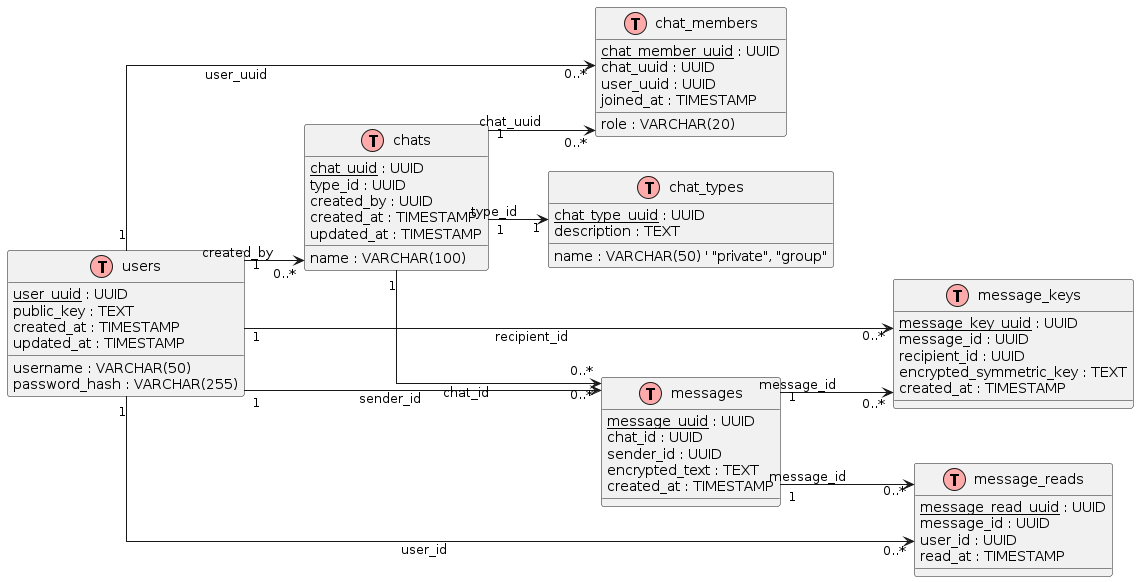
This is docs/db.png from sbilibin2017/bil-message, a PlantUML export, as it was before one commit.
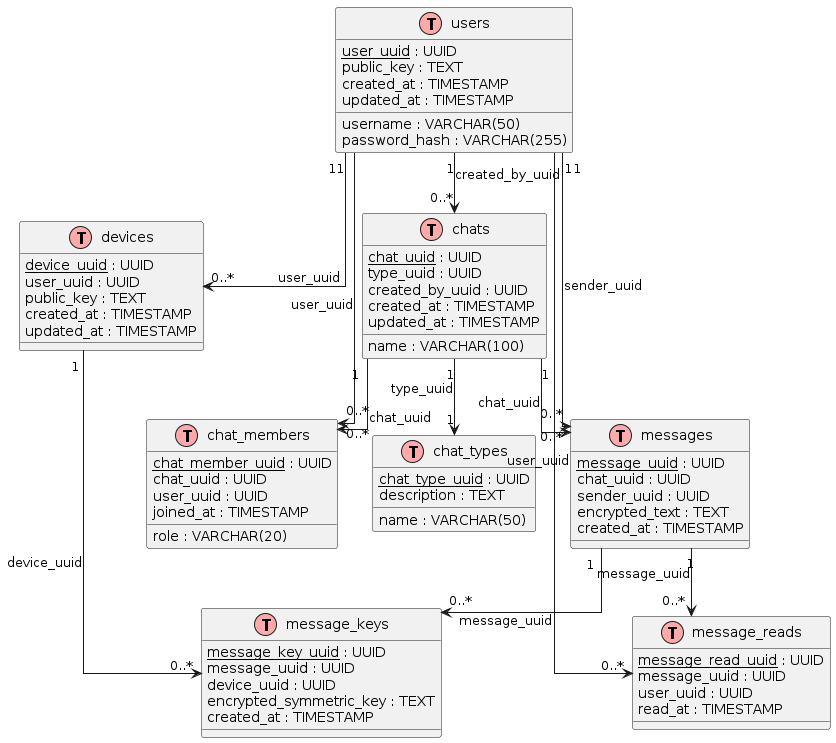
The same file after the commit.

Change to the diagram source:
```diff
@@ -2,7 +2,6 @@
 !define table(x) class x << (T,#FFAAAA) >>
 
 skinparam linetype ortho
-left to right direction
 
 table(users) {
     <u>user_uuid</u> : UUID
@@ -13,17 +12,25 @@
     updated_at : TIMESTAMP
 }
 
+table(devices) {
+    <u>device_uuid</u> : UUID
+    user_uuid : UUID
+    public_key : TEXT
+    created_at : TIMESTAMP
+    updated_at : TIMESTAMP
+}
+
 table(chat_types) {
     <u>chat_type_uuid</u> : UUID
-    name : VARCHAR(50) ' "private", "group"
+    name : VARCHAR(50)
     description : TEXT
 }
 
 table(chats) {
     <u>chat_uuid</u> : UUID
     name : VARCHAR(100)
-    type_id : UUID
-    created_by : UUID
+    type_uuid : UUID
+    created_by_uuid : UUID
     created_at : TIMESTAMP
     updated_at : TIMESTAMP
 }
@@ -38,38 +45,40 @@
 
 table(messages) {
     <u>message_uuid</u> : UUID
-    chat_id : UUID
-    sender_id : UUID
+    chat_uuid : UUID
+    sender_uuid : UUID
     encrypted_text : TEXT
     created_at : TIMESTAMP
 }
 
 table(message_keys) {
     <u>message_key_uuid</u> : UUID
-    message_id : UUID
-    recipient_id : UUID
+    message_uuid : UUID
+    device_uuid : UUID
     encrypted_symmetric_key : TEXT
     created_at : TIMESTAMP
 }
 
 table(message_reads) {
     <u>message_read_uuid</u> : UUID
-    message_id : UUID
-    user_id : UUID
+    message_uuid : UUID
+    user_uuid : UUID
     read_at : TIMESTAMP
 }
 
-users "1" -down-> "0..*" chats : created_by
-users "1" -down-> "0..*" chat_members : user_uuid
-users "1" -down-> "0..*" messages : sender_id
-users "1" -down-> "0..*" message_keys : recipient_id
-users "1" -down-> "0..*" message_reads : user_id
+users "1" --> "0..*" devices : user_uuid
+users "1" --> "0..*" chats : created_by_uuid
+users "1" --> "0..*" chat_members : user_uuid
+users "1" --> "0..*" messages : sender_uuid
+users "1" --> "0..*" message_reads : user_uuid
 
-chats "1" -down-> "0..*" chat_members : chat_uuid
-chats "1" -down-> "0..*" messages : chat_id
-chats "1" -down-> "1" chat_types : type_id
+devices "1" --> "0..*" message_keys : device_uuid
 
-messages "1" -down-> "0..*" message_keys : message_id
-messages "1" -down-> "0..*" message_reads : message_id
+chats "1" --> "0..*" chat_members : chat_uuid
+chats "1" --> "0..*" messages : chat_uuid
+chats "1" --> "1" chat_types : type_uuid
+
+messages "1" --> "0..*" message_keys : message_uuid
+messages "1" --> "0..*" message_reads : message_uuid
 
 @enduml
```
